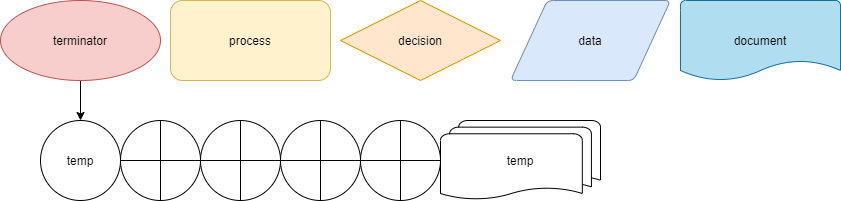
Above: explore/diagramming/diagram.drawio.png in StevenSchaeffer/fa21-cse110-lab4 (draw.io), before the change. Source tidied: cells renumbered, new cells last; positions are measured from the earlier drawing's top-left corner, leaving out a move shared by most shapes.
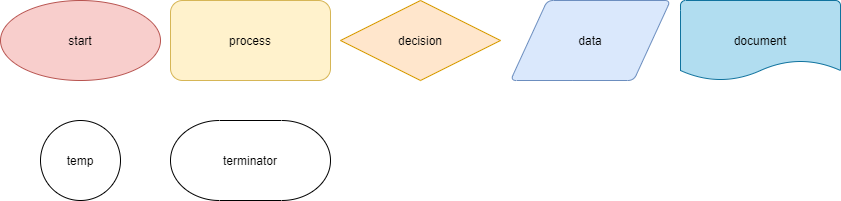
The same diagram one commit later.

Diff of the diagram source:
```diff
@@ -2,10 +2,10 @@
   <root>
     <mxCell id="0" />
     <mxCell id="1" parent="0" />
-    <mxCell id="2" style="edgeStyle=orthogonalEdgeStyle;rounded=0;jettySize=auto;html=1;entryX=0.5;entryY=0;entryDx=0;entryDy=0;entryPerimeter=0;fillColor=#f5f5f5;strokeColor=#000000;" parent="1" edge="1" source="3" target="8">
+    <mxCell id="2" style="edgeStyle=orthogonalEdgeStyle;rounded=0;jettySize=auto;html=1;exitX=0.5;exitY=1;exitDx=0;exitDy=0;entryX=0.5;entryY=0;entryDx=0;entryDy=0;entryPerimeter=0;strokeColor=#FFFFFF;" parent="1" edge="1" source="3" target="8">
       <mxGeometry relative="1" as="geometry" />
     </mxCell>
-    <mxCell id="3" value="&lt;font color=&quot;#000000&quot;&gt;terminator&lt;/font&gt;" style="ellipse;whiteSpace=wrap;html=1;fillColor=#f8cecc;strokeColor=#b85450;" parent="1" vertex="1">
+    <mxCell id="3" value="&lt;font color=&quot;#000000&quot;&gt;start&lt;/font&gt;" style="ellipse;whiteSpace=wrap;html=1;fillColor=#f8cecc;strokeColor=#b85450;" parent="1" vertex="1">
       <mxGeometry width="160" height="80" as="geometry" />
     </mxCell>
     <mxCell id="4" value="&lt;font color=&quot;#000000&quot;&gt;decision&lt;/font&gt;" style="rhombus;whiteSpace=wrap;html=1;fillColor=#ffe6cc;strokeColor=#d79b00;" parent="1" vertex="1">
@@ -23,20 +23,8 @@
     <mxCell id="8" value="temp" style="strokeWidth=1;html=1;shape=mxgraph.flowchart.start_2;whiteSpace=wrap;" parent="1" vertex="1">
       <mxGeometry x="40" y="120" width="80" height="80" as="geometry" />
     </mxCell>
-    <mxCell id="9" style="verticalLabelPosition=bottom;verticalAlign=top;html=1;shape=mxgraph.flowchart.summing_function;strokeWidth=1;" parent="1" vertex="1">
-      <mxGeometry x="120" y="120" width="80" height="80" as="geometry" />
-    </mxCell>
-    <mxCell id="10" style="verticalLabelPosition=bottom;verticalAlign=top;html=1;shape=mxgraph.flowchart.summing_function;strokeWidth=1;" parent="1" vertex="1">
-      <mxGeometry x="200" y="120" width="80" height="80" as="geometry" />
-    </mxCell>
-    <mxCell id="11" style="verticalLabelPosition=bottom;verticalAlign=top;html=1;shape=mxgraph.flowchart.summing_function;strokeWidth=1;" parent="1" vertex="1">
-      <mxGeometry x="280" y="120" width="80" height="80" as="geometry" />
-    </mxCell>
-    <mxCell id="12" style="verticalLabelPosition=bottom;verticalAlign=top;html=1;shape=mxgraph.flowchart.summing_function;strokeWidth=1;" parent="1" vertex="1">
-      <mxGeometry x="360" y="120" width="80" height="80" as="geometry" />
-    </mxCell>
-    <mxCell id="13" value="temp" style="strokeWidth=1;html=1;shape=mxgraph.flowchart.multi-document;whiteSpace=wrap;" parent="1" vertex="1">
-      <mxGeometry x="440" y="120" width="160" height="80" as="geometry" />
-    </mxCell>
+    <mxCell id="14" value="terminator" style="strokeWidth=1;html=1;shape=mxgraph.flowchart.terminator;whiteSpace=wrap;" parent="1" vertex="1">
+      <mxGeometry x="170" y="120" width="160" height="80" as="geometry" />
+    </mxCell>
   </root>
 </mxGraphModel>
```
